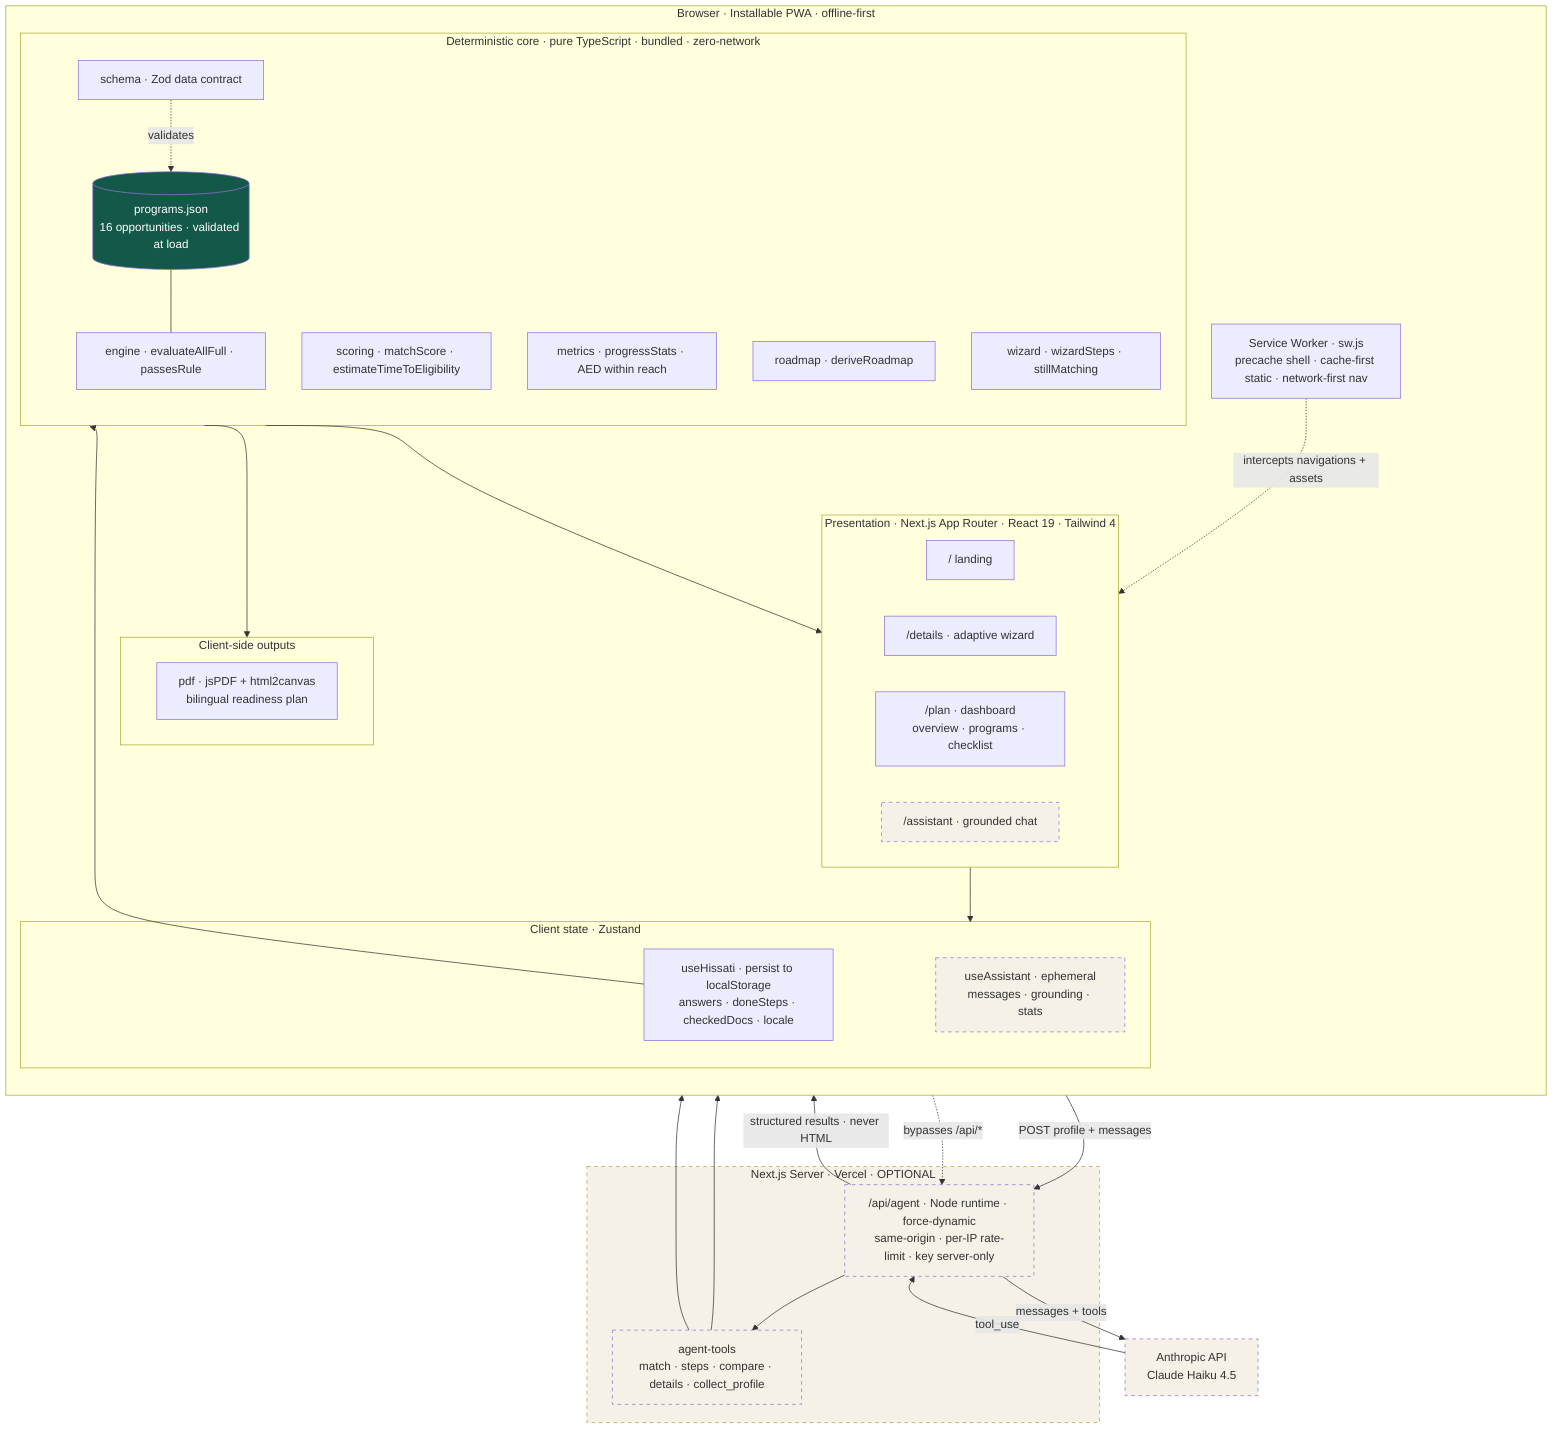
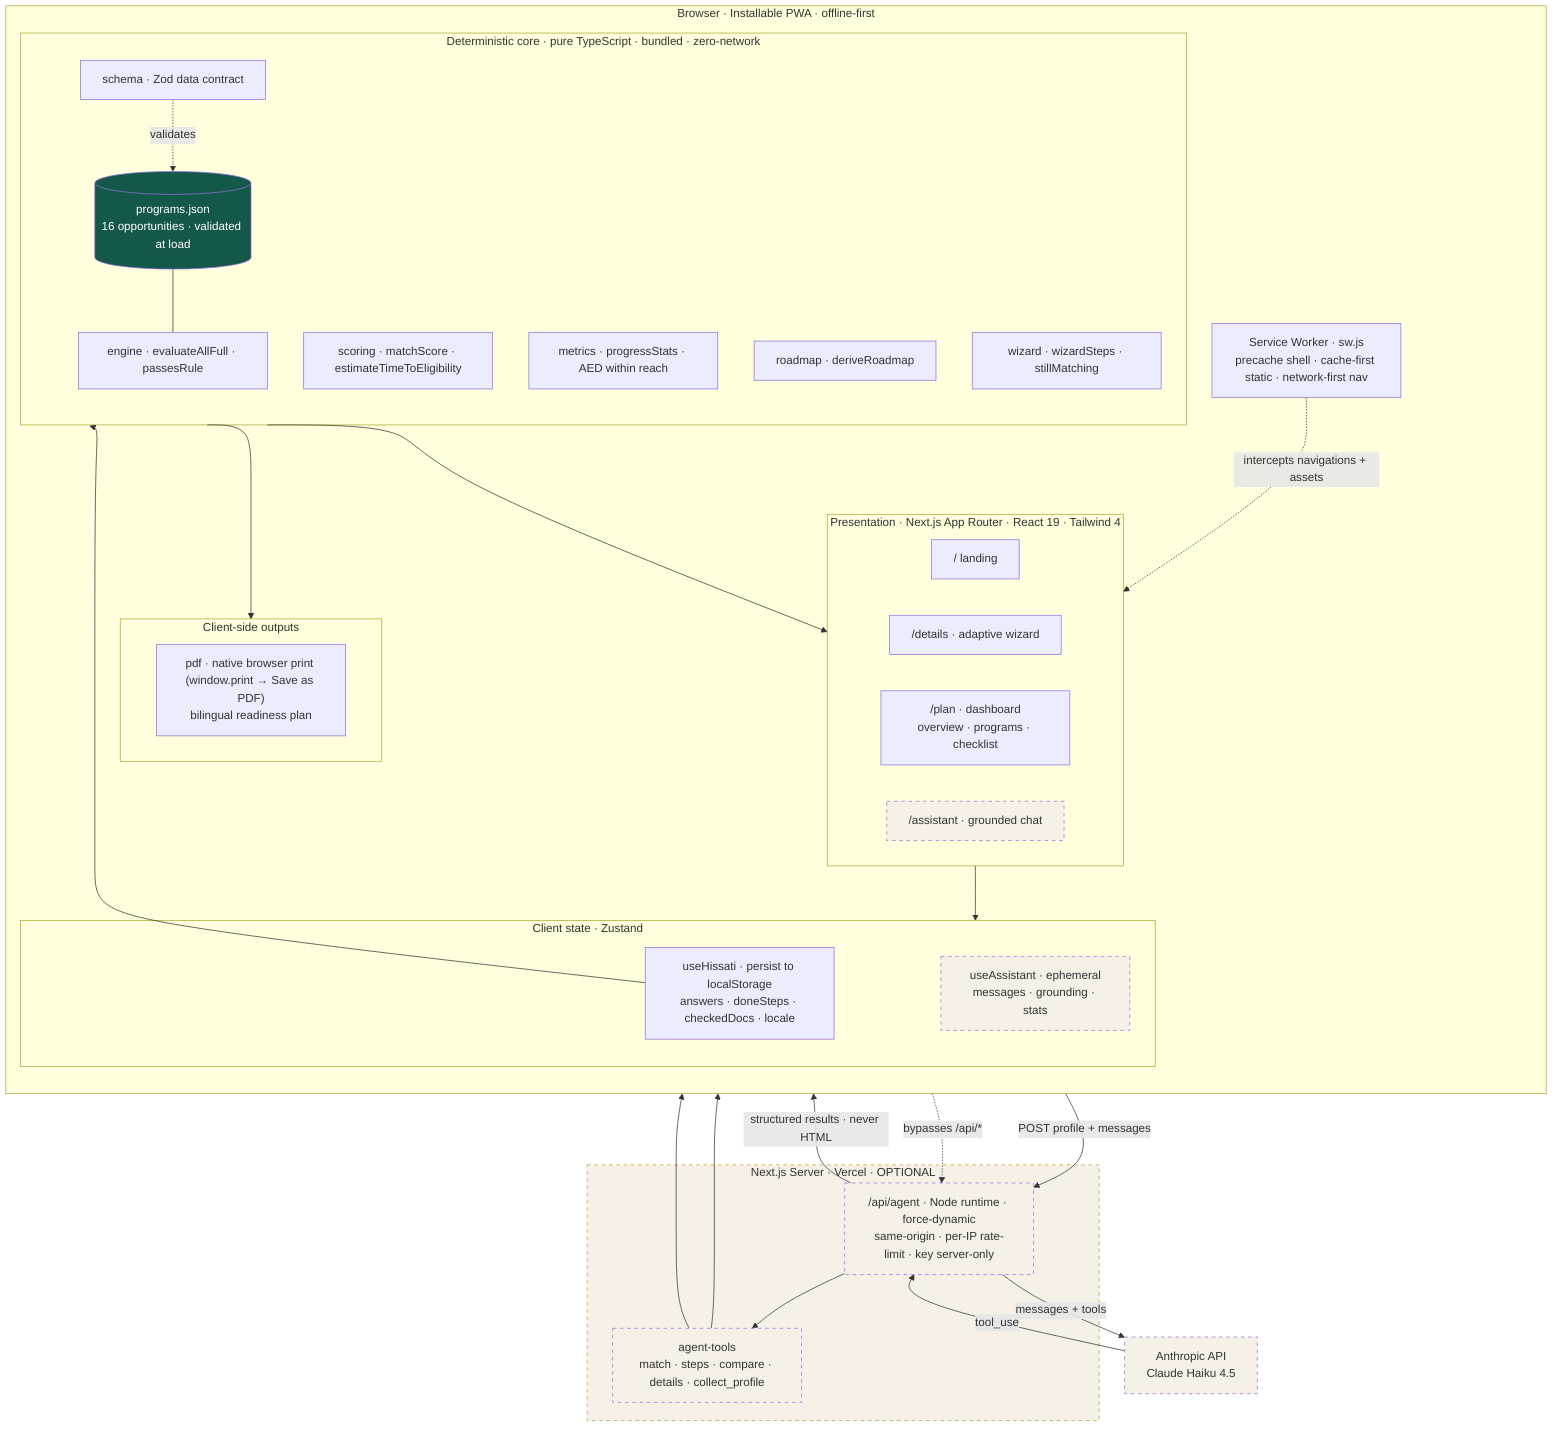
%% Hissati — System Architecture
%% Offline-first PWA with a pure deterministic core; one optional, server-only egress.
flowchart TB
  subgraph CLIENT["Browser · Installable PWA · offline-first"]
    direction TB

    subgraph UI["Presentation · Next.js App Router · React 19 · Tailwind 4"]
      L["/ landing"]
      Q["/details · adaptive wizard"]
      R["/plan · dashboard<br/>overview · programs · checklist"]
      A["/assistant · grounded chat"]
    end

    subgraph STATE["Client state · Zustand"]
      HS["useHissati · persist to localStorage<br/>answers · doneSteps · checkedDocs · locale"]
      AS["useAssistant · ephemeral<br/>messages · grounding · stats"]
    end

    subgraph CORE["Deterministic core · pure TypeScript · bundled · zero-network"]
      ENG["engine · evaluateAllFull · passesRule"]
      SCO["scoring · matchScore · estimateTimeToEligibility"]
      MET["metrics · progressStats · AED within reach"]
      ROAD["roadmap · deriveRoadmap"]
      WIZ["wizard · wizardSteps · stillMatching"]
      SCH["schema · Zod data contract"]
      KB[("programs.json<br/>16 opportunities · validated at load")]
    end

    subgraph OUT["Client-side outputs"]
-       PDF["pdf · jsPDF + html2canvas<br/>bilingual readiness plan"]
+       PDF["pdf · native browser print (window.print → Save as PDF)<br/>bilingual readiness plan"]
    end

    SW["Service Worker · sw.js<br/>precache shell · cache-first static · network-first nav"]
  end

  subgraph SERVER["Next.js Server · Vercel · OPTIONAL"]
    API["/api/agent · Node runtime · force-dynamic<br/>same-origin · per-IP rate-limit · key server-only"]
    TOOLS["agent-tools<br/>match · steps · compare · details · collect_profile"]
  end

  EXT["Anthropic API<br/>Claude Haiku 4.5"]

  UI --> STATE
  HS --> CORE
  CORE --> UI
  CORE --> OUT
  KB --- ENG
  SCH -. validates .-> KB

  AS -->|POST profile + messages| API
  API -->|messages + tools| EXT
  EXT -->|tool_use| API
  API --> TOOLS
  TOOLS --> ENG
  TOOLS --> KB
  API -->|structured results · never HTML| AS

  SW -. intercepts navigations + assets .-> UI
  SW -. bypasses /api/* .-> API

  classDef opt stroke-dasharray:5 5,fill:#f6f1e7;
  class SERVER,API,TOOLS,EXT,A,AS opt;
  classDef kb fill:#14584a,color:#ffffff;
  class KB kb;
